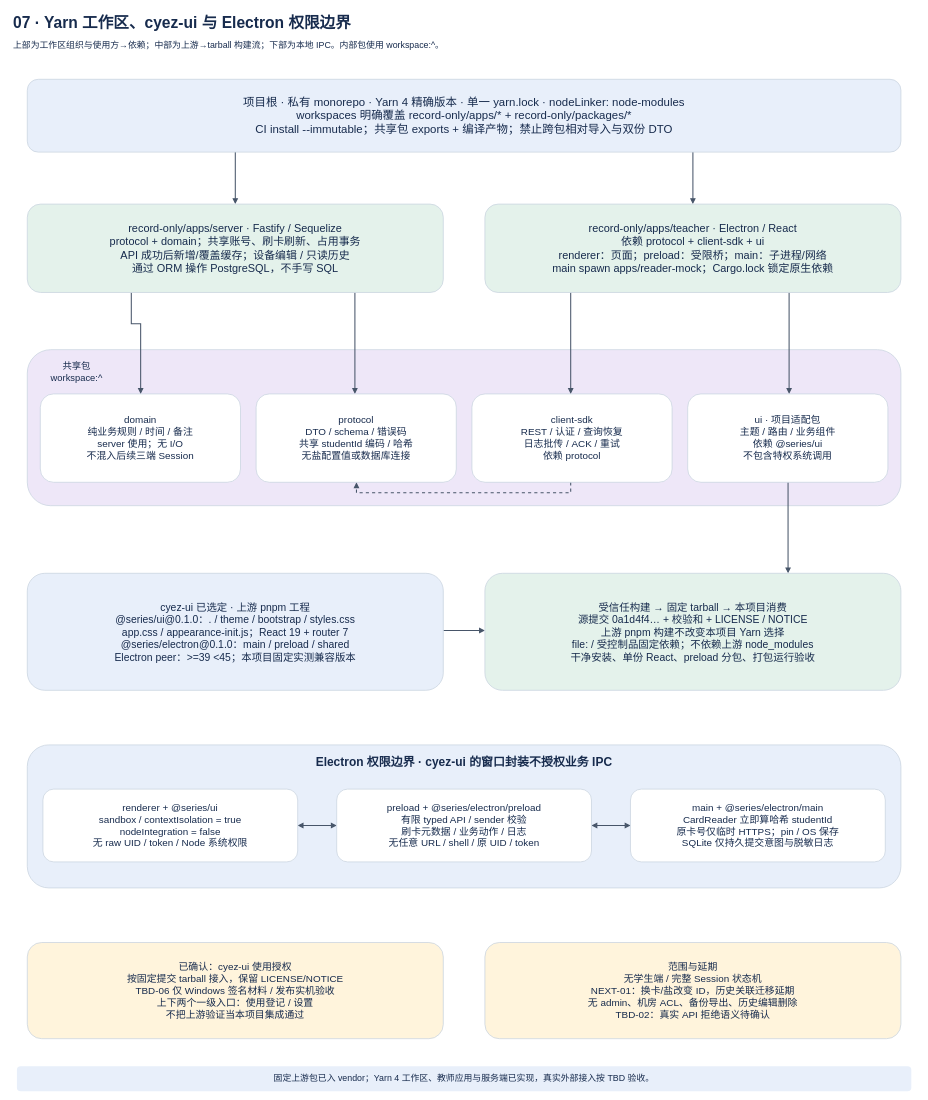
Before: page "07 · Yarn 工作区、cyez-ui 与 Electron 权限边界" (7 of 8) of record-only/docs/architecture.drawio in lmyzzzz/cyez-library-management, a draw.io diagram. Source tidied: cells renumbered, new cells numbered last; positions are measured from the earlier drawing's top-left corner, leaving out a move shared by most shapes. Both pictures are drawn from the tidied source at 52%, with x=0, y=0 at pixel (9, 9).
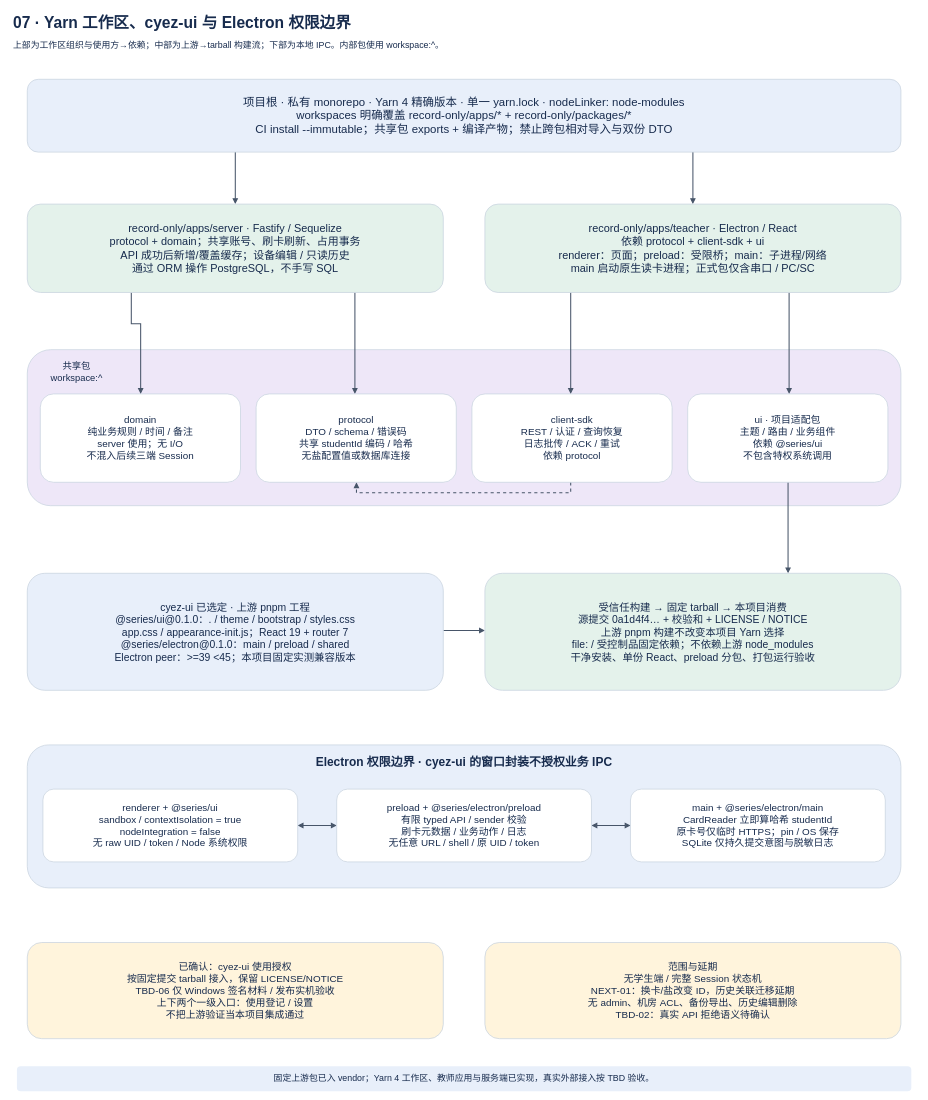
After the change.

What changed in the source:
```diff
@@
-    <mxCell id="19" value="record-only/apps/teacher · Electron / React&#10;依赖 protocol + client-sdk + ui&#10;renderer：页面；preload：受限桥；main：子进程/网络&#10;main spawn apps/reader-mock；Cargo.lock 锁定原生依赖" style="rounded=1;whiteSpace=wrap;html=0;fillColor=#e4f2eb;strokeColor=#cbd5e1;strokeWidth=1.5;fontColor=#172b4d;fontFamily=Microsoft YaHei;fontSize=21;fontStyle=0;align=center;verticalAlign=middle;spacing=8;" parent="1" vertex="1">
+    <mxCell id="19" value="record-only/apps/teacher · Electron / React&#10;依赖 protocol + client-sdk + ui&#10;renderer：页面；preload：受限桥；main：子进程/网络&#10;main 启动原生读卡进程；正式包仅含串口 / PC/SC" style="rounded=1;whiteSpace=wrap;html=0;fillColor=#e4f2eb;strokeColor=#cbd5e1;strokeWidth=1.5;fontColor=#172b4d;fontFamily=Microsoft YaHei;fontSize=21;fontStyle=0;align=center;verticalAlign=middle;spacing=8;" parent="1" vertex="1">
       <mxGeometry x="915" y="375" width="800" height="170" as="geometry" />
     </mxCell>
```
